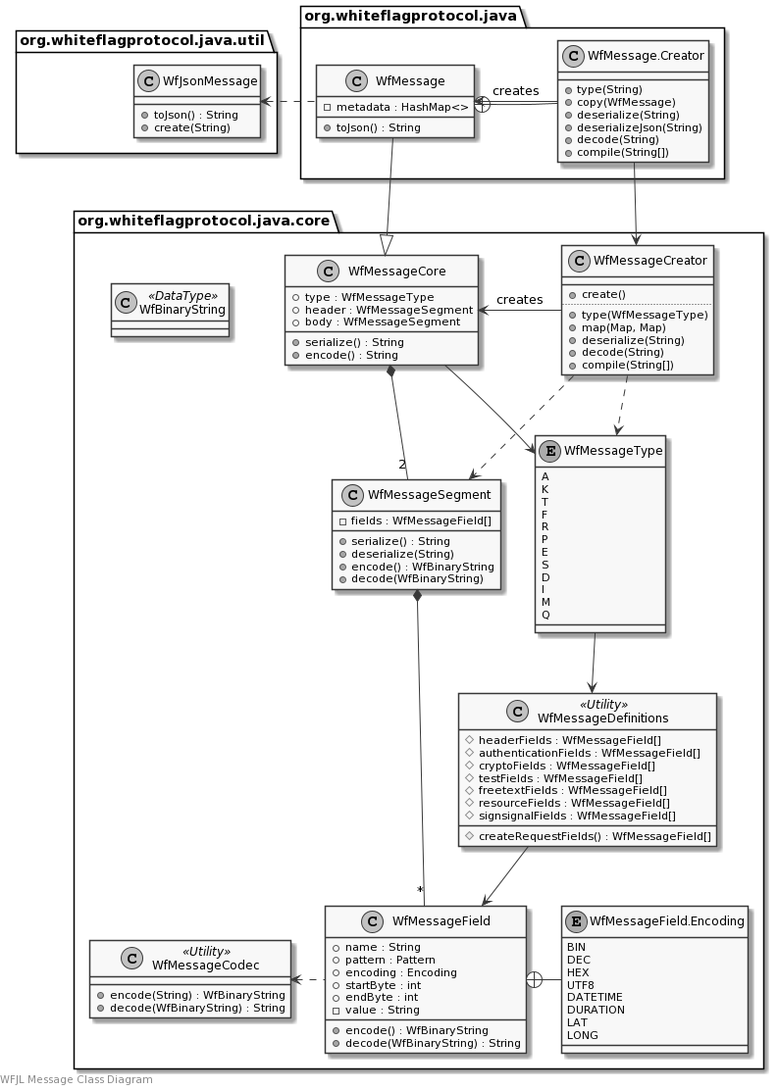
Before: docs/uml/messages.png, a diagram exported from PlantUML (WhiteflagProtocol/whiteflag-java).
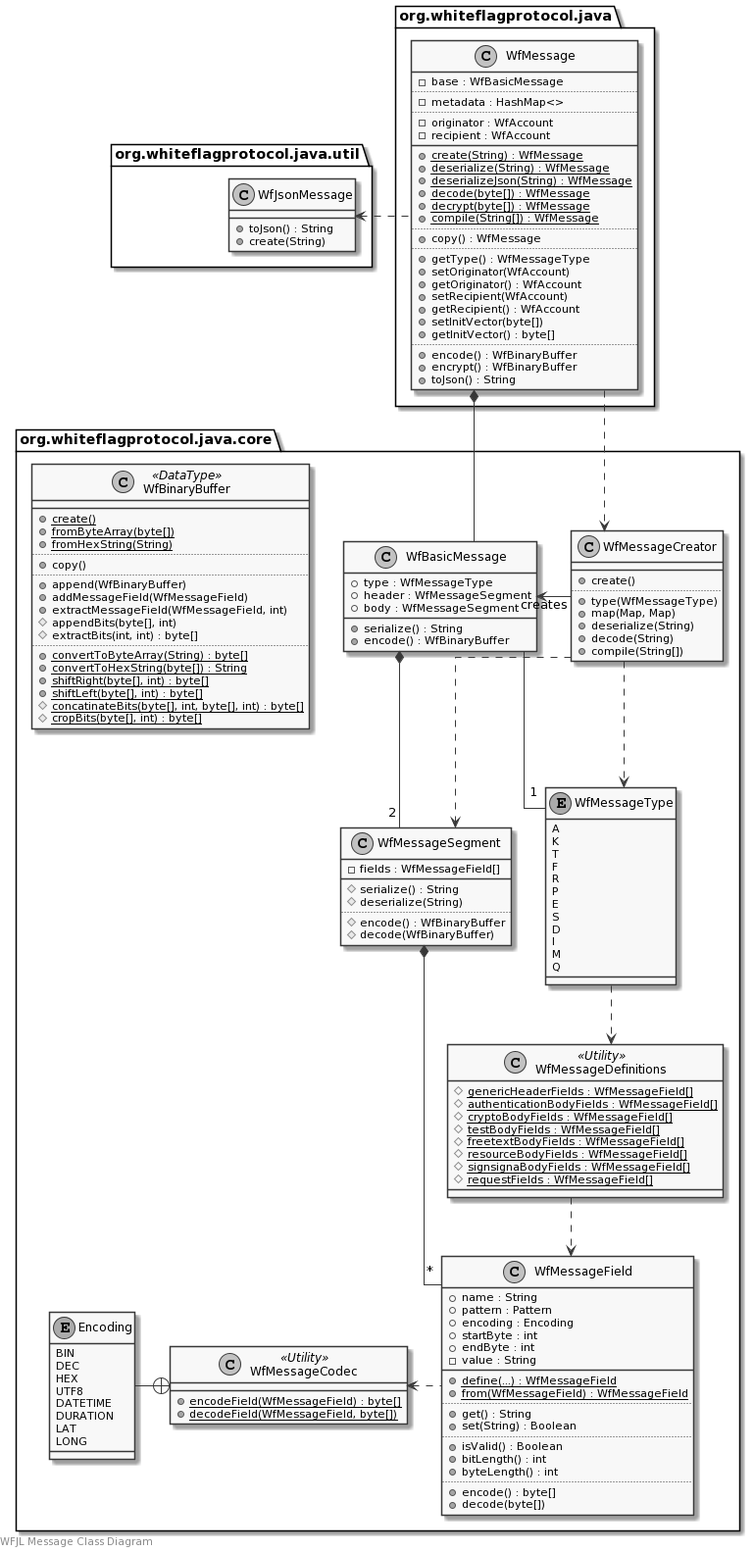
The same diagram one commit later.

Change to the diagram source:
```diff
@@ -1,22 +1,25 @@
 @startuml
 skinparam monochrome true
+skinparam linetype ortho
 
 left footer WFJL Message Class Diagram
 
 package org.whiteflagprotocol.java.core {
-    class WfMessageCore {
+    class WfBasicMessage {
         +type : WfMessageType
         +header : WfMessageSegment
         +body : WfMessageSegment
         +serialize() : String
-        +encode() : String
+        +encode() : WfBinaryBuffer
     }
     class WfMessageSegment {
         -fields : WfMessageField[]
-        +serialize() : String
-        +deserialize(String)
-        +encode() : WfBinaryString
-        +decode(WfBinaryString)
+        __
+        #serialize() : String
+        #deserialize(String)
+        ..
+        #encode() : WfBinaryBuffer
+        #decode(WfBinaryBuffer)
     }
     class WfMessageField {
         +name : String
@@ -25,18 +28,19 @@
         +startByte : int
         +endByte : int
         -value : String
-        +encode() : WfBinaryString
-        +decode(WfBinaryString) : String
-    }
-    enum WfMessageField.Encoding {
-        BIN
-        DEC
-        HEX
-        UTF8
-        DATETIME
-        DURATION
-        LAT
-        LONG
+        __
+        {static} +define(...) : WfMessageField
+        {static} +from(WfMessageField) : WfMessageField
+        ..
+        +get() : String
+        +set(String) : Boolean
+        ..
+        +isValid() : Boolean
+        +bitLength() : int
+        +byteLength() : int
+        ..
+        +encode() : byte[]
+        +decode(byte[])
     }
     class WfMessageCreator {
         __
@@ -63,20 +67,50 @@
         Q
     }
     class WfMessageDefinitions <<Utility>> {
-        #headerFields : WfMessageField[]
-        #authenticationFields : WfMessageField[]
-        #cryptoFields : WfMessageField[]
-        #testFields : WfMessageField[]
-        #freetextFields : WfMessageField[]
-        #resourceFields : WfMessageField[]
-        #signsignalFields : WfMessageField[]
-        #createRequestFields() : WfMessageField[]
+        {static} #genericHeaderFields : WfMessageField[]
+        {static} #authenticationBodyFields : WfMessageField[]
+        {static} #cryptoBodyFields : WfMessageField[]
+        {static} #testBodyFields : WfMessageField[]
+        {static} #freetextBodyFields : WfMessageField[]
+        {static} #resourceBodyFields : WfMessageField[]
+        {static} #signsignaBodyFields : WfMessageField[]
+        {static} #requestFields : WfMessageField[]
     }
     class WfMessageCodec <<Utility>> {
-        +encode(String) : WfBinaryString
-        +decode(WfBinaryString) : String
+        {static} +encodeField(WfMessageField) : byte[]
+        {static} +decodeField(WfMessageField, byte[])
     }
-    class WfBinaryString <<DataType>>
+    enum Encoding {
+        BIN
+        DEC
+        HEX
+        UTF8
+        DATETIME
+        DURATION
+        LAT
+        LONG
+    }
+    class WfBinaryBuffer <<DataType>> {
+        __
+        {static} +create()
+        {static} +fromByteArray(byte[])
+        {static} +fromHexString(String)
+        ..
+        +copy()
+        ..
+        +append(WfBinaryBuffer)
+        +addMessageField(WfMessageField)
+        +extractMessageField(WfMessageField, int)
+        #appendBits(byte[], int)
+        #extractBits(int, int) : byte[]
+        ..
+        {static} +convertToByteArray(String) : byte[]
+        {static} +convertToHexString(byte[]) : String
+        {static} +shiftRight(byte[], int) : byte[]
+        {static} +shiftLeft(byte[], int) : byte[]
+        {static} #concatinateBits(byte[], int, byte[], int) : byte[]
+        {static} #cropBits(byte[], int) : byte[]
+    }
 }
 
 package org.whiteflagprotocol.java.util {
@@ -88,36 +122,51 @@
 
 package org.whiteflagprotocol.java {
     class WfMessage {
+        -base : WfBasicMessage
+        ..
         -metadata : HashMap<>
+        ..
+        -originator : WfAccount
+        -recipient : WfAccount
+        __
+        {static} +create(String) : WfMessage
+        {static} +deserialize(String) : WfMessage
+        {static} +deserializeJson(String) : WfMessage
+        {static} +decode(byte[]) : WfMessage
+        {static} +decrypt(byte[]) : WfMessage
+        {static} +compile(String[]) : WfMessage
+        ..
+        +copy() : WfMessage
+        ..
+        +getType() : WfMessageType
+        +setOriginator(WfAccount)
+        +getOriginator() : WfAccount
+        +setRecipient(WfAccount)
+        +getRecipient() : WfAccount
+        +setInitVector(byte[])
+        +getInitVector() : byte[]
+        ..
+        +encode() : WfBinaryBuffer
+        +encrypt() : WfBinaryBuffer
         +toJson() : String
-    }
-    class WfMessage.Creator {
-        +type(String)
-        +copy(WfMessage)
-        +deserialize(String)
-        +deserializeJson(String)
-        +decode(String)
-        +compile(String[])
     }
 }
 
 WfJsonMessage <. WfMessage
 
-WfMessage --|> WfMessageCore
-WfMessage +- WfMessage.Creator
-WfMessage <- WfMessage.Creator: creates
-WfMessage.Creator --> WfMessageCreator
+WfMessage *-- WfBasicMessage
+WfMessage ..> WfMessageCreator
 
-WfMessageCore --> WfMessageType
-WfMessageCore *-- "2" WfMessageSegment
+WfBasicMessage -- "1" WfMessageType
+WfBasicMessage *-- "2" WfMessageSegment
 WfMessageSegment *-- "*" WfMessageField
-WfMessageField +- WfMessageField.Encoding
 WfMessageCodec <. WfMessageField
+Encoding -+ WfMessageCodec
 
-WfMessageCreator -> WfMessageCore: creates
+WfBasicMessage <- WfMessageCreator: creates
 WfMessageCreator ..> WfMessageType
 WfMessageCreator ..> WfMessageSegment
 
-WfMessageType --> WfMessageDefinitions
-WfMessageDefinitions --> WfMessageField
+WfMessageType ..> WfMessageDefinitions
+WfMessageDefinitions ..> WfMessageField
 @enduml
```
